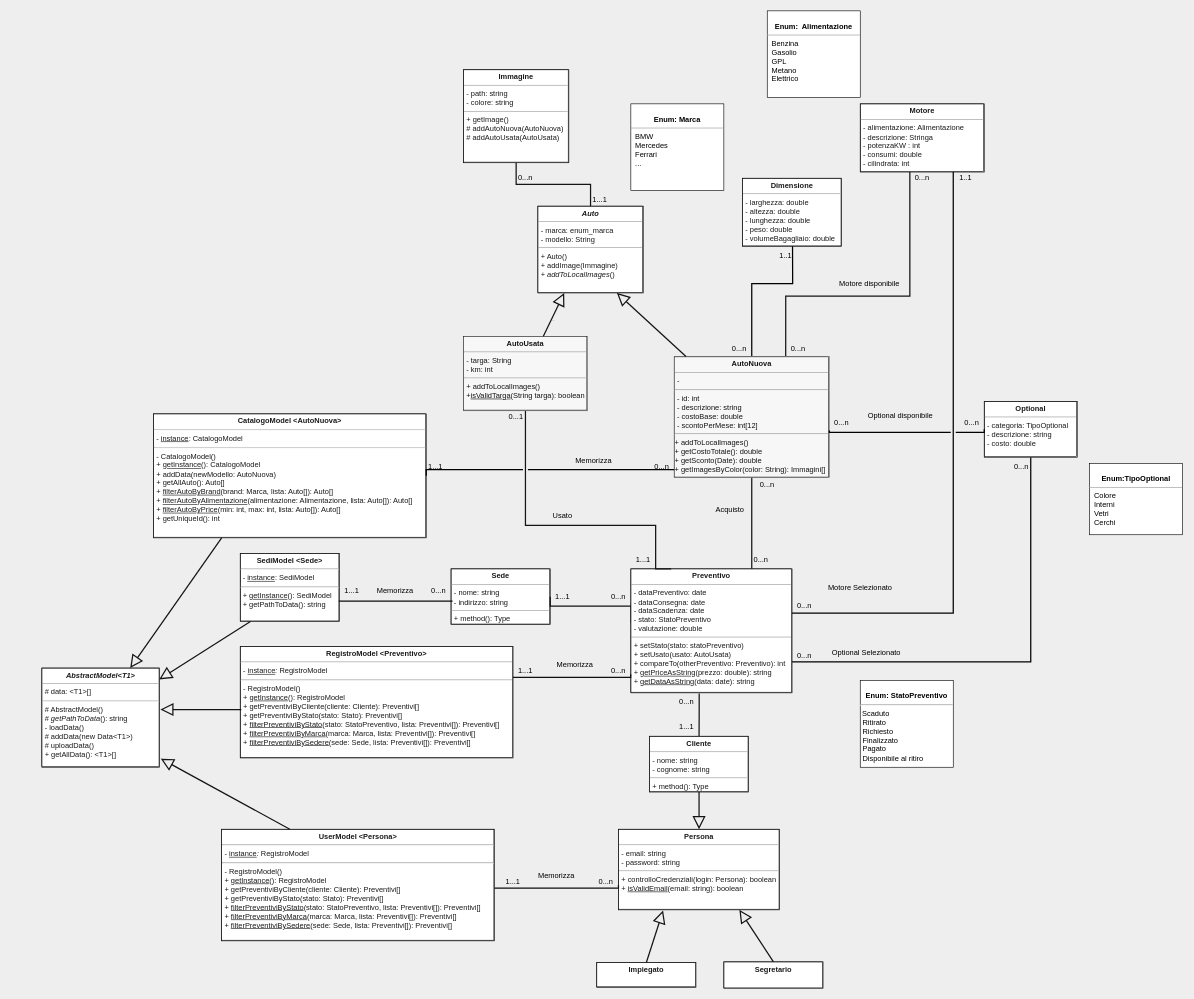
Before: doc/classDiagram.drawio in 446f6e6e79/ConfiguratoreAuto, a draw.io diagram. Source tidied: cells renumbered, new cells numbered last; positions are measured from the earlier drawing's top-left corner, leaving out a move shared by most shapes. Both pictures are drawn from the tidied source at 62%, with x=0, y=0 at pixel (42, 11).
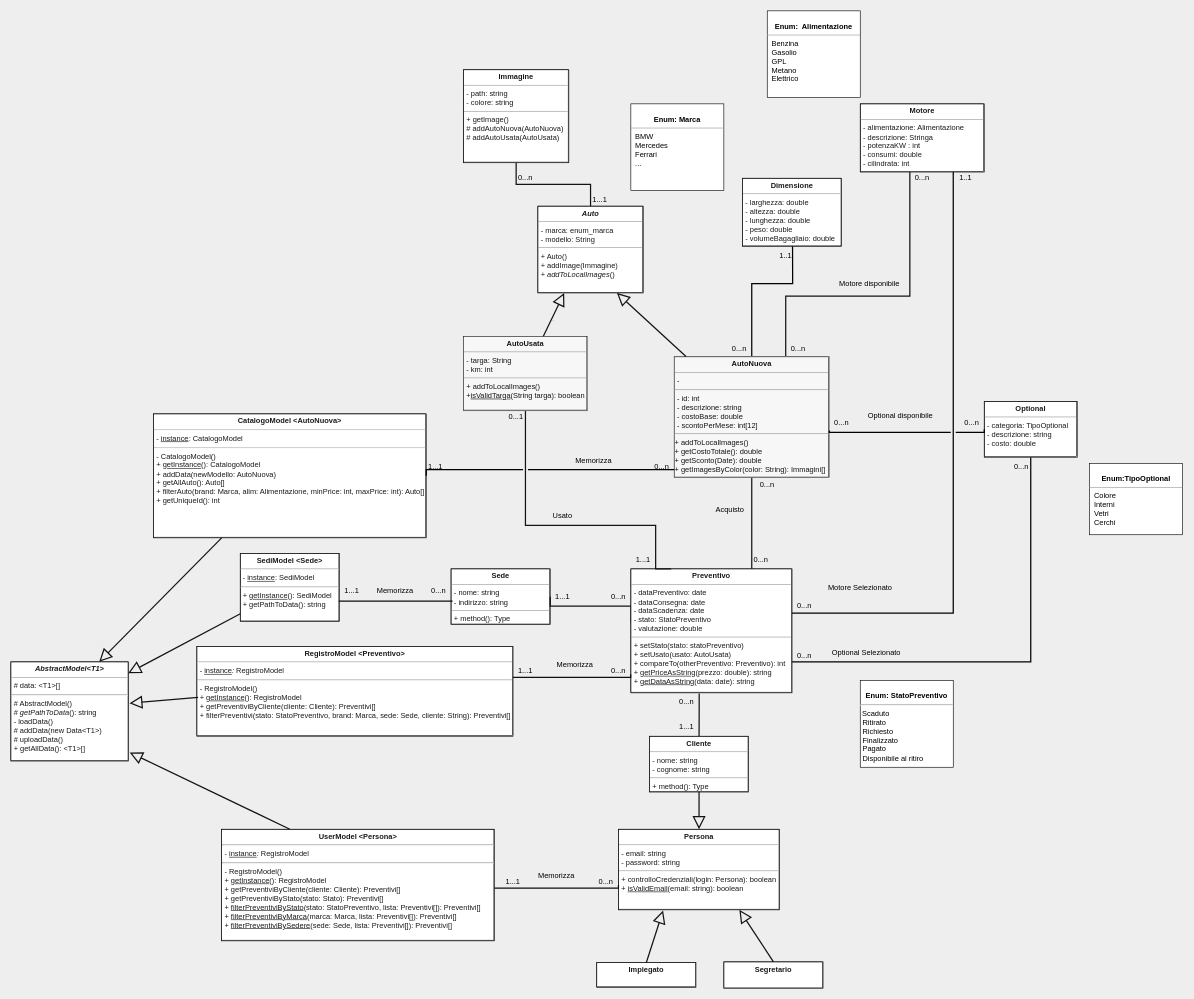
The same diagram, later.

The change refers to these unchanged cells:
```xml
<mxCell id="80" value="&lt;p style=&quot;margin:0px;margin-top:4px;text-align:center;&quot;&gt;&lt;b&gt;SediModel &amp;lt;Sede&amp;gt;&lt;/b&gt;&lt;/p&gt;&lt;hr&gt;&amp;nbsp;- &lt;u&gt;instance&lt;/u&gt;: SediModel&lt;br&gt;&lt;hr&gt;&amp;nbsp;+ &lt;u&gt;getInstance&lt;/u&gt;(): SediModel&lt;br&gt;&amp;nbsp;+ getPathToData(): string" style="verticalAlign=top;align=left;overflow=fill;fontSize=12;fontFamily=Helvetica;html=1;labelBorderColor=#141414;fillColor=#FFFFFF;strokeColor=default;fontColor=#1A1A1A;rounded=0;" parent="1" vertex="1">
  <mxGeometry x="320" y="875" width="160" height="110" as="geometry" />
</mxCell>
```

Diff of the diagram source:
```diff
@@
-    <mxCell id="49" value="&lt;p style=&quot;margin:0px;margin-top:4px;text-align:center;&quot;&gt;&lt;b&gt;CatalogoModel &amp;lt;AutoNuova&amp;gt;&lt;/b&gt;&lt;/p&gt;&lt;hr&gt;&lt;p style=&quot;margin:0px;margin-left:4px;&quot;&gt;- &lt;u&gt;instance&lt;/u&gt;&lt;i&gt;: &lt;/i&gt;CatalogoModel&lt;/p&gt;&lt;hr&gt;&lt;p style=&quot;margin:0px;margin-left:4px;&quot;&gt;- CatalogoModel()&lt;/p&gt;&lt;p style=&quot;margin:0px;margin-left:4px;&quot;&gt;+ &lt;u&gt;getInstance&lt;/u&gt;(): CatalogoModel&lt;/p&gt;&lt;p style=&quot;margin:0px;margin-left:4px;&quot;&gt;+ addData(newModello: AutoNuova)&lt;/p&gt;&lt;p style=&quot;margin:0px;margin-left:4px;&quot;&gt;+ getAllAuto(): Auto[]&lt;/p&gt;&lt;p style=&quot;margin:0px;margin-left:4px;&quot;&gt;+ &lt;u&gt;filterAutoByBrand&lt;/u&gt;(brand: Marca, lista: Auto[]): Auto[]&lt;/p&gt;&lt;p style=&quot;margin:0px;margin-left:4px;&quot;&gt;+ &lt;u&gt;filterAutoByAlimentazione&lt;/u&gt;(alimentazione: Alimentazione, lista: Auto[]): Auto[]&lt;/p&gt;&lt;p style=&quot;margin:0px;margin-left:4px;&quot;&gt;+ &lt;u&gt;filterAutoByPrice&lt;/u&gt;(min: int, max: int, lista: Auto[]): Auto[]&lt;/p&gt;&lt;p style=&quot;margin:0px;margin-left:4px;&quot;&gt;+ getUniqueId(): int&lt;/p&gt;" style="verticalAlign=top;align=left;overflow=fill;fontSize=12;fontFamily=Helvetica;html=1;labelBorderColor=#141414;fillColor=#FFFFFF;strokeColor=default;fontColor=#1A1A1A;rounded=0;" parent="1" vertex="1">
+    <mxCell id="49" value="&lt;p style=&quot;margin:0px;margin-top:4px;text-align:center;&quot;&gt;&lt;b&gt;CatalogoModel &amp;lt;AutoNuova&amp;gt;&lt;/b&gt;&lt;/p&gt;&lt;hr&gt;&lt;p style=&quot;margin:0px;margin-left:4px;&quot;&gt;- &lt;u&gt;instance&lt;/u&gt;&lt;i&gt;: &lt;/i&gt;CatalogoModel&lt;/p&gt;&lt;hr&gt;&lt;p style=&quot;margin:0px;margin-left:4px;&quot;&gt;- CatalogoModel()&lt;/p&gt;&lt;p style=&quot;margin:0px;margin-left:4px;&quot;&gt;+ &lt;u&gt;getInstance&lt;/u&gt;(): CatalogoModel&lt;/p&gt;&lt;p style=&quot;margin:0px;margin-left:4px;&quot;&gt;+ addData(newModello: AutoNuova)&lt;/p&gt;&lt;p style=&quot;margin:0px;margin-left:4px;&quot;&gt;+ getAllAuto(): Auto[]&lt;/p&gt;&lt;p style=&quot;margin:0px;margin-left:4px;&quot;&gt;+ filterAuto(brand: Marca, alim: Alimentazione, minPrice: int, maxPrice: int): Auto[]&lt;/p&gt;&lt;p style=&quot;margin:0px;margin-left:4px;&quot;&gt;+ getUniqueId(): int&lt;/p&gt;" style="verticalAlign=top;align=left;overflow=fill;fontSize=12;fontFamily=Helvetica;html=1;labelBorderColor=#141414;fillColor=#FFFFFF;strokeColor=default;fontColor=#1A1A1A;rounded=0;" parent="1" vertex="1">
       <mxGeometry x="180" y="650" width="440" height="200" as="geometry" />
     </mxCell>
@@
     <mxCell id="69" value="&lt;p style=&quot;margin:0px;margin-top:4px;text-align:center;&quot;&gt;&lt;b&gt;&lt;i&gt;AbstractModel&amp;lt;T1&amp;gt;&lt;/i&gt;&lt;/b&gt;&lt;/p&gt;&lt;hr size=&quot;1&quot;&gt;&lt;p style=&quot;margin:0px;margin-left:4px;&quot;&gt;&lt;/p&gt;&lt;p style=&quot;margin:0px;margin-left:4px;&quot;&gt;# data: &amp;lt;T1&amp;gt;[]&lt;/p&gt;&lt;hr&gt;&lt;p style=&quot;margin:0px;margin-left:4px;&quot;&gt;# AbstractModel()&lt;/p&gt;&lt;p style=&quot;margin:0px;margin-left:4px;&quot;&gt;# &lt;i&gt;getPathToData&lt;/i&gt;(): string&lt;/p&gt;&lt;p style=&quot;margin:0px;margin-left:4px;&quot;&gt;- loadData()&lt;/p&gt;&lt;p style=&quot;margin:0px;margin-left:4px;&quot;&gt;# addData(new Data&amp;lt;T1&amp;gt;)&lt;/p&gt;&lt;p style=&quot;margin:0px;margin-left:4px;&quot;&gt;# uploadData()&lt;br&gt;&lt;/p&gt;&lt;p style=&quot;margin:0px;margin-left:4px;&quot;&gt;+ getAllData(): &amp;lt;T1&amp;gt;[]&lt;/p&gt;&lt;p style=&quot;margin:0px;margin-left:4px;&quot;&gt;&lt;br&gt;&lt;/p&gt;" style="verticalAlign=top;align=left;overflow=fill;fontSize=12;fontFamily=Helvetica;html=1;labelBorderColor=#141414;fillColor=#FFFFFF;strokeColor=default;fontColor=#1A1A1A;rounded=0;" parent="1" vertex="1">
-      <mxGeometry y="1060" width="190" height="160" as="geometry" />
+      <mxGeometry x="-50" y="1050" width="190" height="160" as="geometry" />
     </mxCell>
@@
-    <mxCell id="71" value="&lt;p style=&quot;margin:0px;margin-top:4px;text-align:center;&quot;&gt;&lt;b&gt;RegistroModel &amp;lt;Preventivo&amp;gt;&lt;/b&gt;&lt;/p&gt;&lt;hr&gt;&lt;p style=&quot;margin:0px;margin-left:4px;&quot;&gt;- &lt;u&gt;instance&lt;/u&gt;&lt;i&gt;: &lt;/i&gt;RegistroModel&lt;/p&gt;&lt;hr&gt;&lt;p style=&quot;margin:0px;margin-left:4px;&quot;&gt;- RegistroModel()&lt;/p&gt;&lt;p style=&quot;margin:0px;margin-left:4px;&quot;&gt;+ &lt;u&gt;getInstance&lt;/u&gt;(): RegistroModel&lt;/p&gt;&lt;p style=&quot;margin:0px;margin-left:4px;&quot;&gt;&lt;span style=&quot;background-color: initial;&quot;&gt;+ getPreventiviByCliente(cliente: Cliente): Preventivi[]&lt;/span&gt;&lt;/p&gt;&lt;p style=&quot;margin:0px;margin-left:4px;&quot;&gt;+ getPreventiviByStato(stato: Stato): Preventivi[]&lt;/p&gt;&lt;p style=&quot;margin:0px;margin-left:4px;&quot;&gt;+ &lt;u&gt;filterPreventiviByStato&lt;/u&gt;(stato: StatoPreventivo, lista: Preventivi[]): Preventivi[]&lt;/p&gt;&lt;p style=&quot;margin:0px;margin-left:4px;&quot;&gt;+ &lt;u&gt;filterPreventiviByMarca&lt;/u&gt;(marca: Marca, lista: Preventivi[]): Preventivi[]&lt;br&gt;&lt;/p&gt;&lt;p style=&quot;margin:0px;margin-left:4px;&quot;&gt;+ &lt;u&gt;filterPreventiviBySedere&lt;/u&gt;(sede: Sede, lista: Preventivi[]): Preventivi[]&lt;br&gt;&lt;/p&gt;&lt;p style=&quot;margin:0px;margin-left:4px;&quot;&gt;&lt;br&gt;&lt;/p&gt;" style="verticalAlign=top;align=left;overflow=fill;fontSize=12;fontFamily=Helvetica;html=1;labelBorderColor=#141414;fillColor=#FFFFFF;strokeColor=default;fontColor=#1A1A1A;rounded=0;" parent="1" vertex="1">
-      <mxGeometry x="320" y="1025" width="440" height="180" as="geometry" />
+    <mxCell id="71" value="&lt;p style=&quot;margin:0px;margin-top:4px;text-align:center;&quot;&gt;&lt;b&gt;RegistroModel &amp;lt;Preventivo&amp;gt;&lt;/b&gt;&lt;/p&gt;&lt;hr&gt;&lt;p style=&quot;margin:0px;margin-left:4px;&quot;&gt;- &lt;u&gt;instance&lt;/u&gt;&lt;i&gt;: &lt;/i&gt;RegistroModel&lt;/p&gt;&lt;hr&gt;&lt;p style=&quot;margin:0px;margin-left:4px;&quot;&gt;- RegistroModel()&lt;/p&gt;&lt;p style=&quot;margin:0px;margin-left:4px;&quot;&gt;+ &lt;u&gt;getInstance&lt;/u&gt;(): RegistroModel&lt;/p&gt;&lt;p style=&quot;margin:0px;margin-left:4px;&quot;&gt;&lt;span style=&quot;background-color: initial;&quot;&gt;+ getPreventiviByCliente(cliente: Cliente): Preventivi[]&lt;/span&gt;&lt;/p&gt;&lt;p style=&quot;margin:0px;margin-left:4px;&quot;&gt;+ filterPreventivi(stato: StatoPreventivo, brand: Marca, sede: Sede, cliente: String): Preventivi[]&lt;/p&gt;&lt;p style=&quot;margin:0px;margin-left:4px;&quot;&gt;&lt;br&gt;&lt;/p&gt;" style="verticalAlign=top;align=left;overflow=fill;fontSize=12;fontFamily=Helvetica;html=1;labelBorderColor=#141414;fillColor=#FFFFFF;strokeColor=default;fontColor=#1A1A1A;rounded=0;" parent="1" vertex="1">
+      <mxGeometry x="250" y="1025" width="510" height="145" as="geometry" />
     </mxCell>
@@
-    <mxCell id="85" value="Extends" style="endArrow=block;endSize=16;endFill=0;rounded=0;strokeColor=#141414;strokeWidth=2;fontColor=none;labelBackgroundColor=none;noLabel=1;fontSize=1;entryX=0.996;entryY=0.115;entryDx=0;entryDy=0;exitX=0.103;exitY=0.998;exitDx=0;exitDy=0;entryPerimeter=0;exitPerimeter=0;" parent="1" edge="1" source="80" target="69">
+    <mxCell id="85" value="Extends" style="endArrow=block;endSize=16;endFill=0;rounded=0;strokeColor=#141414;strokeWidth=2;fontColor=none;labelBackgroundColor=none;noLabel=1;fontSize=1;entryX=0.996;entryY=0.115;entryDx=0;entryDy=0;exitX=0.001;exitY=0.885;exitDx=0;exitDy=0;entryPerimeter=0;exitPerimeter=0;" parent="1" edge="1" source="80" target="69">
       <mxGeometry relative="1" as="geometry" />
     </mxCell>
```
